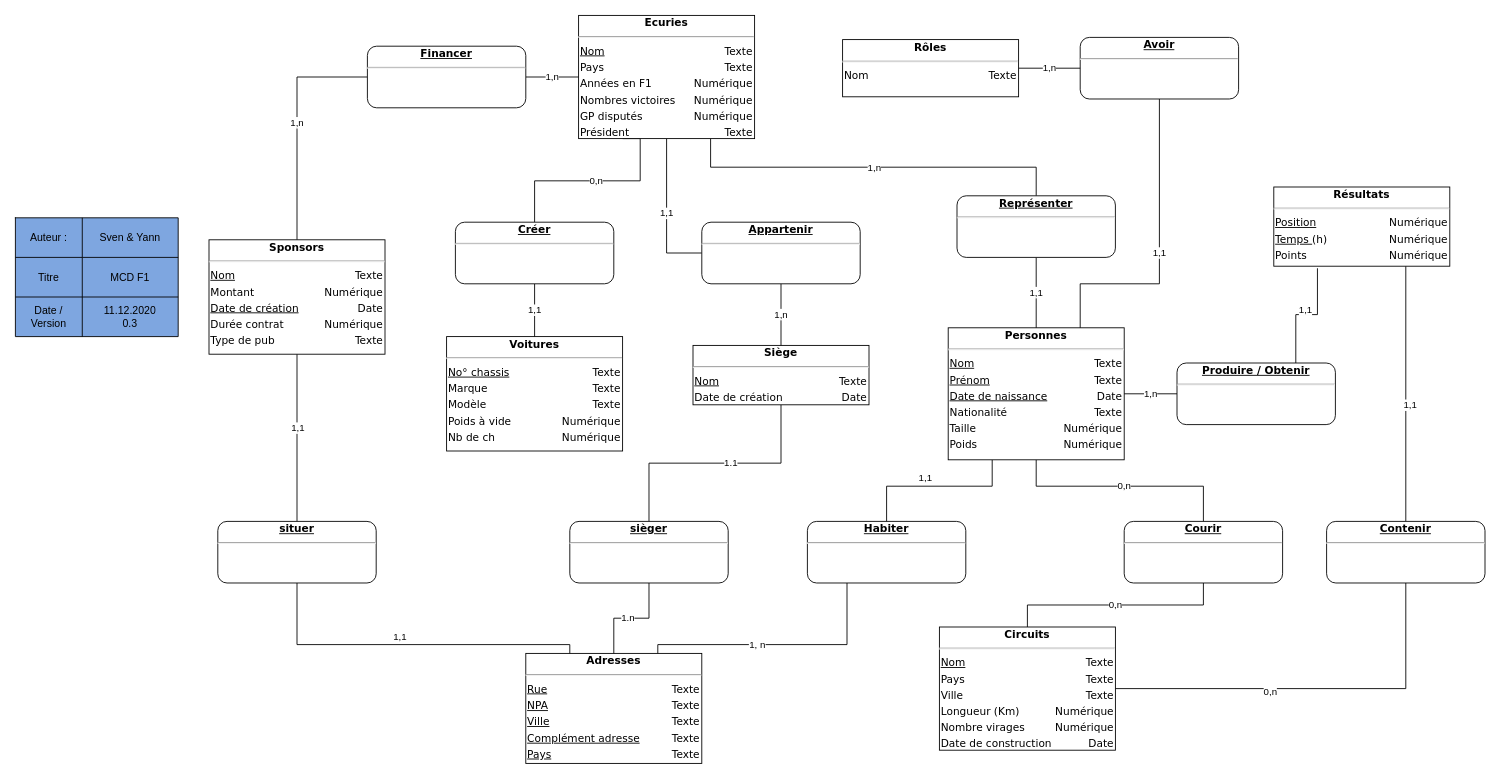
Above: MCD/MCDF1_v0.3.drawio in YFanha/MA-08-Mod-le-F1 (draw.io), before the change. Source tidied: cells renumbered, new cells numbered last; positions are measured from the earlier drawing's top-left corner, leaving out a move shared by most shapes. Both pictures are drawn from the tidied source at 88%, with x=0, y=0 at pixel (15, 15).
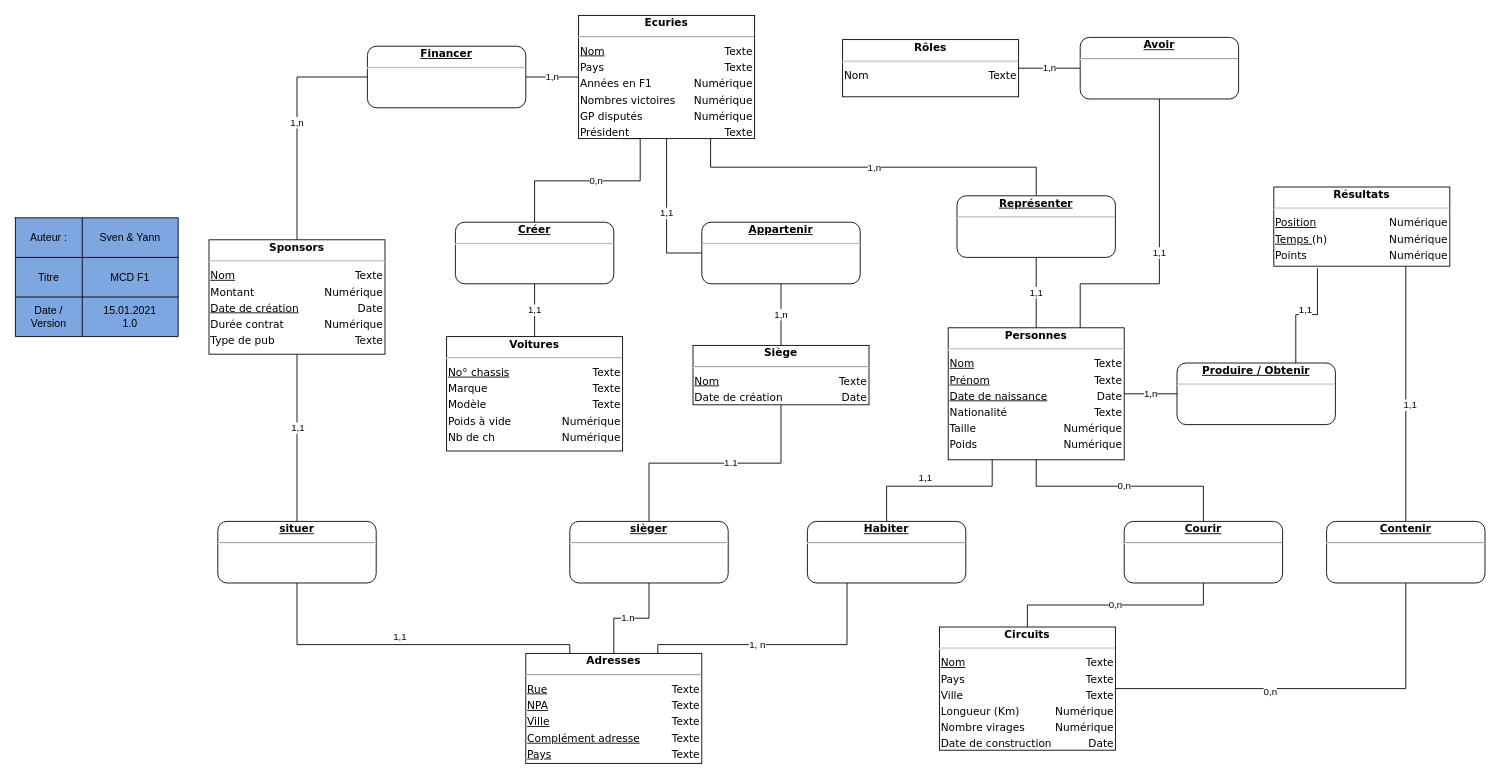
After the change.

Unchanged cells that the change refers to:
```xml
<mxCell id="56" style="shape=partialRectangle;html=1;whiteSpace=wrap;fillColor=none;top=0;left=0;bottom=0;right=0;" parent="49" vertex="1">
  <mxGeometry y="90" width="185" height="45" as="geometry" />
</mxCell>
```

What changed in the source:
```diff
@@
-    <mxCell id="58" value="11.12.2020&lt;br&gt;0.3" style="shape=partialRectangle;html=1;whiteSpace=wrap;fillColor=none;top=0;left=0;bottom=0;right=0;overflow=hidden;" parent="56" vertex="1">
+    <mxCell id="58" value="15.01.2021&lt;br&gt;1.0" style="shape=partialRectangle;html=1;whiteSpace=wrap;fillColor=none;top=0;left=0;bottom=0;right=0;overflow=hidden;" parent="56" vertex="1">
       <mxGeometry x="76" width="109" height="45" as="geometry" />
     </mxCell>
```
